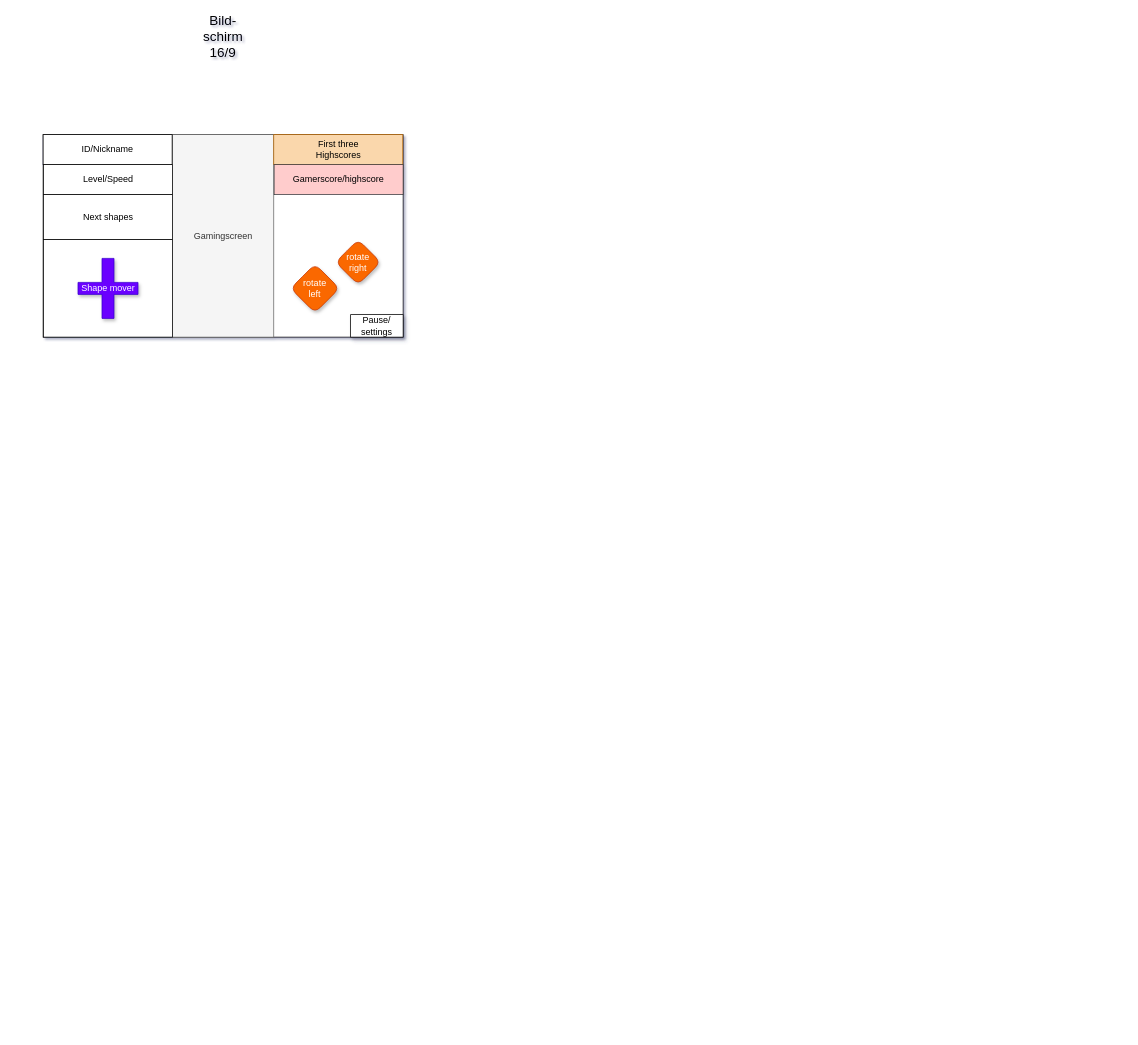
Above: lib/documentation/Screen build.drawio in AUSoft-Kassel/tetris (draw.io), before the change. Source tidied: cells renumbered, new cells numbered last; positions are measured from the earlier drawing's top-left corner, leaving out a move shared by most shapes. Both pictures are drawn from the tidied source at 75%, with x=0, y=0 at pixel (43, 29).
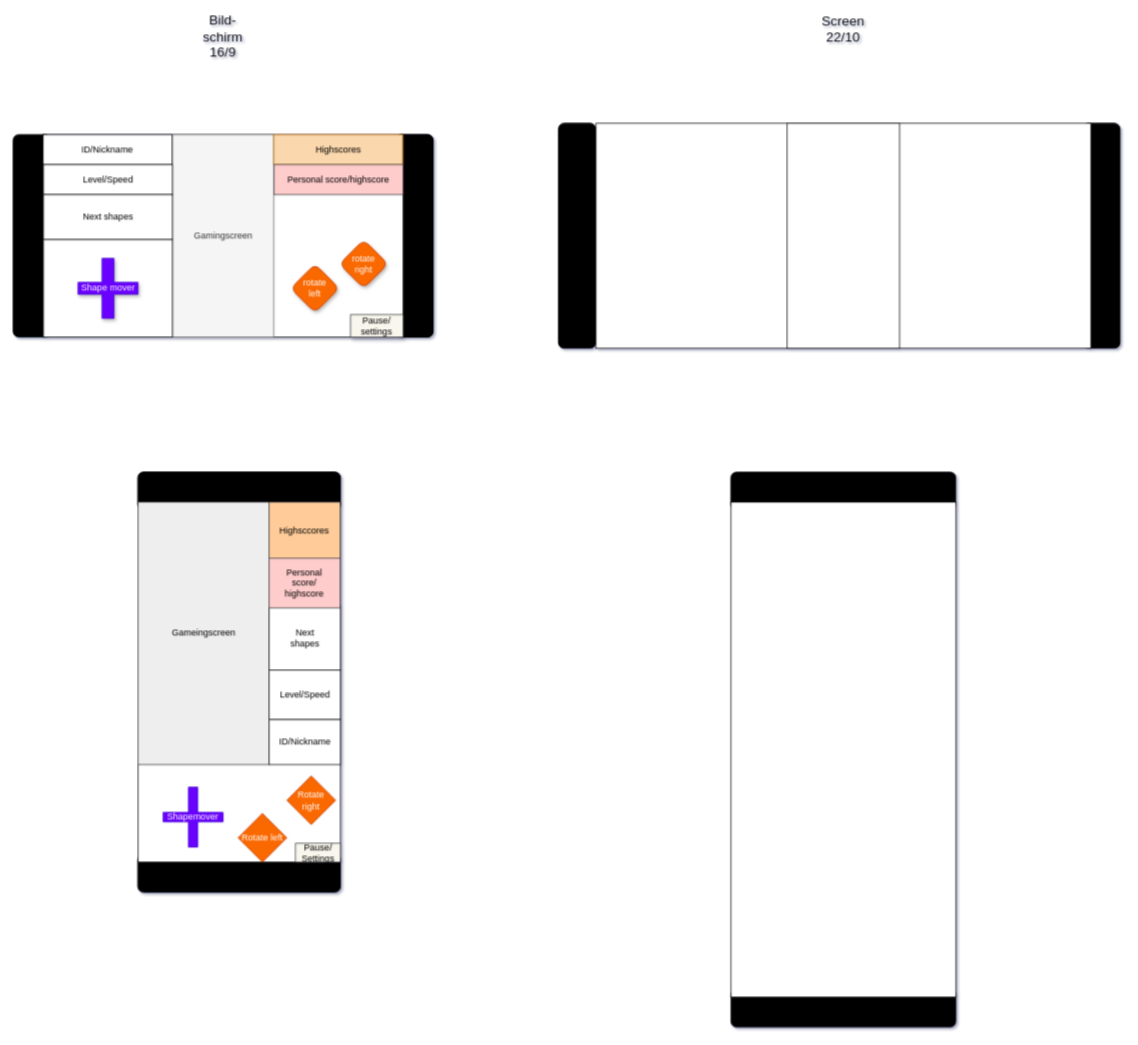
The same page after the edit.

Commit message:
Screen build 2

The edit, as a diff of the source:
```diff
@@
+    <mxCell id="15" style="rounded=1;whiteSpace=wrap;html=1;fillColor=#000000;direction=south;" parent="1" vertex="1">
+      <mxGeometry x="917" y="590" width="300" height="50" as="geometry" />
+    </mxCell>
+    <mxCell id="16" style="rounded=1;whiteSpace=wrap;html=1;fillColor=#000000;direction=south;" parent="1" vertex="1">
+      <mxGeometry x="917" y="1280" width="300" height="50" as="geometry" />
+    </mxCell>
+    <mxCell id="17" style="rounded=1;whiteSpace=wrap;html=1;fillColor=#000000;" parent="1" vertex="1">
+      <mxGeometry x="1386" y="125" width="50" height="300" as="geometry" />
+    </mxCell>
+    <mxCell id="18" style="rounded=1;whiteSpace=wrap;html=1;fillColor=#000000;" parent="1" vertex="1">
+      <mxGeometry x="687" y="125" width="50" height="300" as="geometry" />
+    </mxCell>
+    <mxCell id="19" style="rounded=1;whiteSpace=wrap;html=1;fillColor=#000000;" parent="1" vertex="1">
+      <mxGeometry x="-40" y="140" width="50" height="270" as="geometry" />
+    </mxCell>
+    <mxCell id="20" style="rounded=1;whiteSpace=wrap;html=1;direction=south;fillColor=#000000;" parent="1" vertex="1">
+      <mxGeometry x="126.5" y="1100" width="270" height="50" as="geometry" />
+    </mxCell>
+    <mxCell id="21" style="rounded=1;whiteSpace=wrap;html=1;direction=south;fillColor=#000000;" parent="1" vertex="1">
+      <mxGeometry x="126.5" y="590" width="270" height="50" as="geometry" />
+    </mxCell>
+    <mxCell id="22" style="rounded=1;whiteSpace=wrap;html=1;fillColor=#000000;" parent="1" vertex="1">
+      <mxGeometry x="470" y="140" width="50" height="270" as="geometry" />
+    </mxCell>
+    <mxCell id="23" style="rounded=1;whiteSpace=wrap;html=1;direction=south;fillColor=#000000;" parent="1" vertex="1">
+      <mxGeometry x="126.5" y="1100" width="270" height="50" as="geometry" />
+    </mxCell>
+    <mxCell id="24" style="rounded=1;whiteSpace=wrap;html=1;direction=south;fillColor=#000000;" parent="1" vertex="1">
+      <mxGeometry x="126.5" y="590" width="270" height="50" as="geometry" />
+    </mxCell>
+    <mxCell id="25" style="rounded=1;whiteSpace=wrap;html=1;fillColor=#000000;" parent="1" vertex="1">
+      <mxGeometry x="470" y="140" width="50" height="270" as="geometry" />
+    </mxCell>
@@
-    <mxCell id="8" value="First three&lt;br&gt;Highscores" style="rounded=0;whiteSpace=wrap;html=1;shadow=0;fillColor=#fad7ac;strokeColor=#b46504;" parent="1" vertex="1">
+    <mxCell id="8" value="Highscores" style="rounded=0;whiteSpace=wrap;html=1;shadow=0;fillColor=#fad7ac;strokeColor=#b46504;" parent="1" vertex="1">
       <mxGeometry x="307.5" y="140" width="172" height="40" as="geometry" />
     </mxCell>
@@
     <mxCell id="12" value="rotate&lt;br&gt;right" style="rhombus;whiteSpace=wrap;html=1;shadow=1;rounded=1;fillColor=#fa6800;strokeColor=#C73500;fontColor=#ffffff;" parent="1" vertex="1">
-      <mxGeometry x="390" y="280" width="60" height="60" as="geometry" />
+      <mxGeometry x="395" y="280" width="65" height="65" as="geometry" />
     </mxCell>
-    <mxCell id="13" value="Gamerscore/highscore" style="rounded=0;whiteSpace=wrap;html=1;shadow=0;fillColor=#ffcccc;strokeColor=#36393d;" parent="1" vertex="1">
+    <mxCell id="13" value="Personal score/highscore" style="rounded=0;whiteSpace=wrap;html=1;shadow=0;fillColor=#ffcccc;strokeColor=#36393d;" parent="1" vertex="1">
       <mxGeometry x="308" y="180" width="172" height="40" as="geometry" />
     </mxCell>
-    <mxCell id="14" value="Pause/&lt;br&gt;settings" style="rounded=0;whiteSpace=wrap;html=1;shadow=1;" parent="1" vertex="1">
+    <mxCell id="14" value="Pause/&lt;br&gt;settings" style="rounded=0;whiteSpace=wrap;html=1;shadow=1;fillColor=#f9f7ed;strokeColor=#36393d;" parent="1" vertex="1">
       <mxGeometry x="410" y="380" width="70" height="30" as="geometry" />
     </mxCell>
+    <mxCell id="26" style="rounded=0;whiteSpace=wrap;html=1;shadow=0;direction=south;" parent="1" vertex="1">
+      <mxGeometry x="126.5" y="630" width="270" height="480" as="geometry" />
+    </mxCell>
+    <mxCell id="27" value="Gameingscreen&lt;br&gt;" style="rounded=0;whiteSpace=wrap;html=1;fillColor=#eeeeee;strokeColor=#36393d;" parent="1" vertex="1">
+      <mxGeometry x="126.5" y="630" width="175" height="350" as="geometry" />
+    </mxCell>
+    <mxCell id="28" value="Highsccores" style="rounded=0;whiteSpace=wrap;html=1;fillColor=#ffcc99;strokeColor=#36393d;" parent="1" vertex="1">
+      <mxGeometry x="301.2" y="630" width="95" height="76" as="geometry" />
+    </mxCell>
+    <mxCell id="29" value="Next&lt;br&gt;shapes" style="rounded=0;whiteSpace=wrap;html=1;" parent="1" vertex="1">
+      <mxGeometry x="301.5" y="768" width="95" height="86" as="geometry" />
+    </mxCell>
+    <mxCell id="30" value="Personal &lt;br&gt;score/&lt;br&gt;highscore" style="rounded=0;whiteSpace=wrap;html=1;fillColor=#ffcccc;strokeColor=#36393d;" parent="1" vertex="1">
+      <mxGeometry x="301.2" y="705" width="95" height="66" as="geometry" />
+    </mxCell>
+    <mxCell id="31" value="Level/Speed" style="rounded=0;whiteSpace=wrap;html=1;" parent="1" vertex="1">
+      <mxGeometry x="301.5" y="854" width="95" height="66" as="geometry" />
+    </mxCell>
+    <mxCell id="32" value="ID/Nickname" style="rounded=0;whiteSpace=wrap;html=1;" parent="1" vertex="1">
+      <mxGeometry x="301.5" y="920" width="95" height="60" as="geometry" />
+    </mxCell>
+    <mxCell id="33" value="Rotate&lt;br&gt;right" style="rhombus;whiteSpace=wrap;html=1;fillColor=#fa6800;strokeColor=#C73500;fontColor=#ffffff;" parent="1" vertex="1">
+      <mxGeometry x="325" y="995" width="65" height="65" as="geometry" />
+    </mxCell>
+    <mxCell id="34" value="Rotate left" style="rhombus;whiteSpace=wrap;html=1;fillColor=#fa6800;strokeColor=#C73500;fontColor=#ffffff;" parent="1" vertex="1">
+      <mxGeometry x="260" y="1045" width="65" height="65" as="geometry" />
+    </mxCell>
+    <mxCell id="35" value="Pause/&lt;br&gt;Settings" style="rounded=0;whiteSpace=wrap;html=1;fillColor=#f9f7ed;strokeColor=#36393d;" parent="1" vertex="1">
+      <mxGeometry x="336.5" y="1085" width="60" height="25" as="geometry" />
+    </mxCell>
+    <mxCell id="36" value="Shapemover" style="shape=cross;whiteSpace=wrap;html=1;fillColor=#6a00ff;strokeColor=#3700CC;fontColor=#ffffff;size=0.1541656494140625;" parent="1" vertex="1">
+      <mxGeometry x="160" y="1010" width="80" height="80" as="geometry" />
+    </mxCell>
+    <mxCell id="37" value="&lt;font style=&quot;font-size: 18px&quot;&gt;Screen&lt;br&gt;22/10&lt;/font&gt;" style="text;html=1;strokeColor=none;fillColor=none;align=center;verticalAlign=middle;whiteSpace=wrap;rounded=0;" parent="1" vertex="1">
+      <mxGeometry x="1047" y="-10" width="40" height="20" as="geometry" />
+    </mxCell>
+    <mxCell id="38" style="rounded=0;whiteSpace=wrap;html=1;strokeColor=#000000;fillColor=#FFFFFF;" parent="1" vertex="1">
+      <mxGeometry x="737" y="125" width="660" height="300" as="geometry" />
+    </mxCell>
+    <mxCell id="39" style="rounded=0;whiteSpace=wrap;html=1;strokeColor=#000000;fillColor=#FFFFFF;" parent="1" vertex="1">
+      <mxGeometry x="992" y="125" width="150" height="300" as="geometry" />
+    </mxCell>
+    <mxCell id="40" style="rounded=0;whiteSpace=wrap;html=1;strokeColor=#000000;fillColor=#FFFFFF;direction=south;" parent="1" vertex="1">
+      <mxGeometry x="917" y="630" width="300" height="660" as="geometry" />
+    </mxCell>
```
